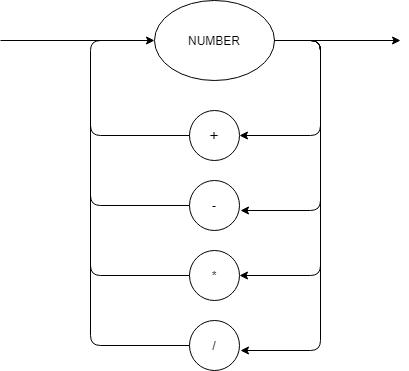
Earlier version of the draw.io export DiagramaSintatico.png (brunoacpcosta/Julia-Compiler). Source tidied: cells renumbered, new cells last; positions are measured from the earlier drawing's top-left corner, leaving out a move shared by most shapes. Source of this version:
```xml
<mxGraphModel>
  <root>
    <mxCell id="0" />
    <mxCell id="1" parent="0" />
    <mxCell id="2" value="NUMBER" style="ellipse;whiteSpace=wrap;html=1;" parent="1" vertex="1">
      <mxGeometry x="154" width="120" height="80" as="geometry" />
    </mxCell>
    <mxCell id="3" value="&lt;font size=&quot;3&quot;&gt;+&lt;/font&gt;" style="ellipse;whiteSpace=wrap;html=1;" parent="1" vertex="1">
      <mxGeometry x="189" y="110" width="50" height="50" as="geometry" />
    </mxCell>
    <mxCell id="4" value="/" style="ellipse;whiteSpace=wrap;html=1;" parent="1" vertex="1">
      <mxGeometry x="189" y="320" width="50" height="50" as="geometry" />
    </mxCell>
    <mxCell id="5" value="-" style="ellipse;whiteSpace=wrap;html=1;" parent="1" vertex="1">
      <mxGeometry x="189" y="180" width="50" height="50" as="geometry" />
    </mxCell>
    <mxCell id="6" value="*" style="ellipse;whiteSpace=wrap;html=1;" parent="1" vertex="1">
      <mxGeometry x="189" y="250" width="50" height="50" as="geometry" />
    </mxCell>
    <mxCell id="7" style="endArrow=classic;html=1;entryX=1;entryY=0.5;entryDx=0;entryDy=0;" parent="1" edge="1" target="3">
      <mxGeometry relative="1" as="geometry">
        <mxPoint x="274" y="40" as="sourcePoint" />
        <Array as="points">
          <mxPoint x="320" y="40" />
          <mxPoint x="320" y="135" />
        </Array>
      </mxGeometry>
    </mxCell>
    <mxCell id="8" style="endArrow=classic;html=1;exitX=1;exitY=0.5;exitDx=0;exitDy=0;" parent="1" edge="1" source="2">
      <mxGeometry relative="1" as="geometry">
        <mxPoint x="240" y="210" as="targetPoint" />
        <Array as="points">
          <mxPoint x="320" y="40" />
          <mxPoint x="320" y="210" />
        </Array>
      </mxGeometry>
    </mxCell>
    <mxCell id="9" style="endArrow=classic;html=1;exitX=1;exitY=0.5;exitDx=0;exitDy=0;entryX=1;entryY=0.5;entryDx=0;entryDy=0;" parent="1" edge="1" source="2" target="6">
      <mxGeometry relative="1" as="geometry">
        <Array as="points">
          <mxPoint x="320" y="40" />
          <mxPoint x="320" y="275" />
        </Array>
      </mxGeometry>
    </mxCell>
    <mxCell id="10" style="endArrow=classic;html=1;" parent="1" edge="1">
      <mxGeometry relative="1" as="geometry">
        <mxPoint x="280" y="40" as="sourcePoint" />
        <mxPoint x="240" y="350" as="targetPoint" />
        <Array as="points">
          <mxPoint x="320" y="40" />
          <mxPoint x="320" y="350" />
        </Array>
      </mxGeometry>
    </mxCell>
    <mxCell id="11" style="endArrow=classic;html=1;entryX=0;entryY=0.5;entryDx=0;entryDy=0;exitX=0;exitY=0.5;exitDx=0;exitDy=0;" parent="1" edge="1" source="3" target="2">
      <mxGeometry relative="1" as="geometry">
        <Array as="points">
          <mxPoint x="90" y="135" />
          <mxPoint x="90" y="40" />
        </Array>
      </mxGeometry>
    </mxCell>
    <mxCell id="12" style="endArrow=none;html=1;exitX=0;exitY=0.5;exitDx=0;exitDy=0;" parent="1" edge="1" source="5">
      <mxGeometry relative="1" as="geometry">
        <mxPoint x="90" y="120" as="targetPoint" />
        <Array as="points">
          <mxPoint x="90" y="205" />
        </Array>
      </mxGeometry>
    </mxCell>
    <mxCell id="13" style="endArrow=none;html=1;exitX=0;exitY=0.5;exitDx=0;exitDy=0;" parent="1" edge="1" source="4">
      <mxGeometry relative="1" as="geometry">
        <mxPoint x="90" y="260" as="targetPoint" />
        <Array as="points">
          <mxPoint x="90" y="345" />
        </Array>
      </mxGeometry>
    </mxCell>
    <mxCell id="14" style="endArrow=none;html=1;entryX=0;entryY=0.5;entryDx=0;entryDy=0;" parent="1" edge="1" target="6">
      <mxGeometry relative="1" as="geometry">
        <mxPoint x="90" y="190" as="sourcePoint" />
        <Array as="points">
          <mxPoint x="90" y="275" />
        </Array>
      </mxGeometry>
    </mxCell>
    <mxCell id="15" style="endArrow=none;html=1;" parent="1" edge="1">
      <mxGeometry relative="1" as="geometry">
        <mxPoint x="110" y="40" as="sourcePoint" />
        <mxPoint y="40" as="targetPoint" />
      </mxGeometry>
    </mxCell>
    <mxCell id="16" style="endArrow=classic;html=1;" parent="1" edge="1">
      <mxGeometry relative="1" as="geometry">
        <mxPoint x="310" y="40" as="sourcePoint" />
        <mxPoint x="400" y="40" as="targetPoint" />
      </mxGeometry>
    </mxCell>
  </root>
</mxGraphModel>
```
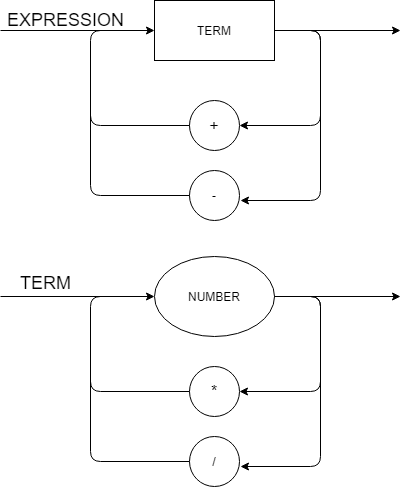
After the commit.

Change to the diagram source:
```diff
@@ -2,21 +2,12 @@
   <root>
     <mxCell id="0" />
     <mxCell id="1" parent="0" />
-    <mxCell id="2" value="NUMBER" style="ellipse;whiteSpace=wrap;html=1;" parent="1" vertex="1">
-      <mxGeometry x="154" width="120" height="80" as="geometry" />
-    </mxCell>
     <mxCell id="3" value="&lt;font size=&quot;3&quot;&gt;+&lt;/font&gt;" style="ellipse;whiteSpace=wrap;html=1;" parent="1" vertex="1">
       <mxGeometry x="189" y="110" width="50" height="50" as="geometry" />
     </mxCell>
-    <mxCell id="4" value="/" style="ellipse;whiteSpace=wrap;html=1;" parent="1" vertex="1">
-      <mxGeometry x="189" y="320" width="50" height="50" as="geometry" />
-    </mxCell>
     <mxCell id="5" value="-" style="ellipse;whiteSpace=wrap;html=1;" parent="1" vertex="1">
       <mxGeometry x="189" y="180" width="50" height="50" as="geometry" />
     </mxCell>
-    <mxCell id="6" value="*" style="ellipse;whiteSpace=wrap;html=1;" parent="1" vertex="1">
-      <mxGeometry x="189" y="250" width="50" height="50" as="geometry" />
-    </mxCell>
     <mxCell id="7" style="endArrow=classic;html=1;entryX=1;entryY=0.5;entryDx=0;entryDy=0;" parent="1" edge="1" target="3">
       <mxGeometry relative="1" as="geometry">
         <mxPoint x="274" y="40" as="sourcePoint" />
@@ -26,8 +17,9 @@
         </Array>
       </mxGeometry>
     </mxCell>
-    <mxCell id="8" style="endArrow=classic;html=1;exitX=1;exitY=0.5;exitDx=0;exitDy=0;" parent="1" edge="1" source="2">
+    <mxCell id="8" style="endArrow=classic;html=1;exitX=1;exitY=0.5;exitDx=0;exitDy=0;" parent="1" edge="1">
       <mxGeometry relative="1" as="geometry">
+        <mxPoint x="274" y="40" as="sourcePoint" />
         <mxPoint x="240" y="210" as="targetPoint" />
         <Array as="points">
           <mxPoint x="320" y="40" />
@@ -35,26 +27,9 @@
         </Array>
       </mxGeometry>
     </mxCell>
-    <mxCell id="9" style="endArrow=classic;html=1;exitX=1;exitY=0.5;exitDx=0;exitDy=0;entryX=1;entryY=0.5;entryDx=0;entryDy=0;" parent="1" edge="1" source="2" target="6">
-      <mxGeometry relative="1" as="geometry">
-        <Array as="points">
-          <mxPoint x="320" y="40" />
-          <mxPoint x="320" y="275" />
-        </Array>
-      </mxGeometry>
-    </mxCell>
-    <mxCell id="10" style="endArrow=classic;html=1;" parent="1" edge="1">
-      <mxGeometry relative="1" as="geometry">
-        <mxPoint x="280" y="40" as="sourcePoint" />
-        <mxPoint x="240" y="350" as="targetPoint" />
-        <Array as="points">
-          <mxPoint x="320" y="40" />
-          <mxPoint x="320" y="350" />
-        </Array>
-      </mxGeometry>
-    </mxCell>
-    <mxCell id="11" style="endArrow=classic;html=1;entryX=0;entryY=0.5;entryDx=0;entryDy=0;exitX=0;exitY=0.5;exitDx=0;exitDy=0;" parent="1" edge="1" source="3" target="2">
+    <mxCell id="11" style="endArrow=classic;html=1;entryX=0;entryY=0.5;entryDx=0;entryDy=0;exitX=0;exitY=0.5;exitDx=0;exitDy=0;" parent="1" edge="1" source="3">
       <mxGeometry relative="1" as="geometry">
+        <mxPoint x="154" y="40" as="targetPoint" />
         <Array as="points">
           <mxPoint x="90" y="135" />
           <mxPoint x="90" y="40" />
@@ -69,22 +44,6 @@
         </Array>
       </mxGeometry>
     </mxCell>
-    <mxCell id="13" style="endArrow=none;html=1;exitX=0;exitY=0.5;exitDx=0;exitDy=0;" parent="1" edge="1" source="4">
-      <mxGeometry relative="1" as="geometry">
-        <mxPoint x="90" y="260" as="targetPoint" />
-        <Array as="points">
-          <mxPoint x="90" y="345" />
-        </Array>
-      </mxGeometry>
-    </mxCell>
-    <mxCell id="14" style="endArrow=none;html=1;entryX=0;entryY=0.5;entryDx=0;entryDy=0;" parent="1" edge="1" target="6">
-      <mxGeometry relative="1" as="geometry">
-        <mxPoint x="90" y="190" as="sourcePoint" />
-        <Array as="points">
-          <mxPoint x="90" y="275" />
-        </Array>
-      </mxGeometry>
-    </mxCell>
     <mxCell id="15" style="endArrow=none;html=1;" parent="1" edge="1">
       <mxGeometry relative="1" as="geometry">
         <mxPoint x="110" y="40" as="sourcePoint" />
@@ -97,5 +56,69 @@
         <mxPoint x="400" y="40" as="targetPoint" />
       </mxGeometry>
     </mxCell>
+    <mxCell id="2" value="NUMBER" style="ellipse;whiteSpace=wrap;html=1;" parent="1" vertex="1">
+      <mxGeometry x="154" y="266" width="120" height="80" as="geometry" />
+    </mxCell>
+    <mxCell id="6" value="&lt;font size=&quot;3&quot;&gt;*&lt;/font&gt;" style="ellipse;whiteSpace=wrap;html=1;" parent="1" vertex="1">
+      <mxGeometry x="189" y="376" width="50" height="50" as="geometry" />
+    </mxCell>
+    <mxCell id="4" value="/" style="ellipse;whiteSpace=wrap;html=1;" parent="1" vertex="1">
+      <mxGeometry x="189" y="446" width="50" height="50" as="geometry" />
+    </mxCell>
+    <mxCell id="17" style="endArrow=classic;html=1;entryX=1;entryY=0.5;entryDx=0;entryDy=0;" parent="1" edge="1" target="6">
+      <mxGeometry relative="1" as="geometry">
+        <mxPoint x="274" y="306" as="sourcePoint" />
+        <Array as="points">
+          <mxPoint x="320" y="306" />
+          <mxPoint x="320" y="401" />
+        </Array>
+      </mxGeometry>
+    </mxCell>
+    <mxCell id="18" style="endArrow=classic;html=1;exitX=1;exitY=0.5;exitDx=0;exitDy=0;" parent="1" edge="1" source="2">
+      <mxGeometry relative="1" as="geometry">
+        <mxPoint x="240" y="476" as="targetPoint" />
+        <Array as="points">
+          <mxPoint x="320" y="306" />
+          <mxPoint x="320" y="476" />
+        </Array>
+      </mxGeometry>
+    </mxCell>
+    <mxCell id="19" style="endArrow=classic;html=1;entryX=0;entryY=0.5;entryDx=0;entryDy=0;exitX=0;exitY=0.5;exitDx=0;exitDy=0;" parent="1" edge="1" source="6" target="2">
+      <mxGeometry relative="1" as="geometry">
+        <Array as="points">
+          <mxPoint x="90" y="401" />
+          <mxPoint x="90" y="306" />
+        </Array>
+      </mxGeometry>
+    </mxCell>
+    <mxCell id="20" style="endArrow=none;html=1;exitX=0;exitY=0.5;exitDx=0;exitDy=0;" parent="1" edge="1" source="4">
+      <mxGeometry relative="1" as="geometry">
+        <mxPoint x="90" y="386" as="targetPoint" />
+        <Array as="points">
+          <mxPoint x="90" y="471" />
+        </Array>
+      </mxGeometry>
+    </mxCell>
+    <mxCell id="21" style="endArrow=none;html=1;" parent="1" edge="1">
+      <mxGeometry relative="1" as="geometry">
+        <mxPoint x="110" y="306" as="sourcePoint" />
+        <mxPoint y="306" as="targetPoint" />
+      </mxGeometry>
+    </mxCell>
+    <mxCell id="22" style="endArrow=classic;html=1;" parent="1" edge="1">
+      <mxGeometry relative="1" as="geometry">
+        <mxPoint x="310" y="306" as="sourcePoint" />
+        <mxPoint x="400" y="306" as="targetPoint" />
+      </mxGeometry>
+    </mxCell>
+    <mxCell id="23" value="&lt;font style=&quot;font-size: 18px&quot;&gt;TERM&lt;/font&gt;" style="text;html=1;align=center;verticalAlign=middle;" parent="1" vertex="1">
+      <mxGeometry x="10" y="283" width="70" height="20" as="geometry" />
+    </mxCell>
+    <mxCell id="24" value="TERM" style="rounded=0;whiteSpace=wrap;html=1;" parent="1" vertex="1">
+      <mxGeometry x="154" y="10" width="120" height="60" as="geometry" />
+    </mxCell>
+    <mxCell id="25" value="&lt;font style=&quot;font-size: 18px&quot;&gt;EXPRESSION&lt;/font&gt;" style="text;html=1;align=center;verticalAlign=middle;" parent="1" vertex="1">
+      <mxGeometry y="20" width="130" height="20" as="geometry" />
+    </mxCell>
   </root>
 </mxGraphModel>
```
